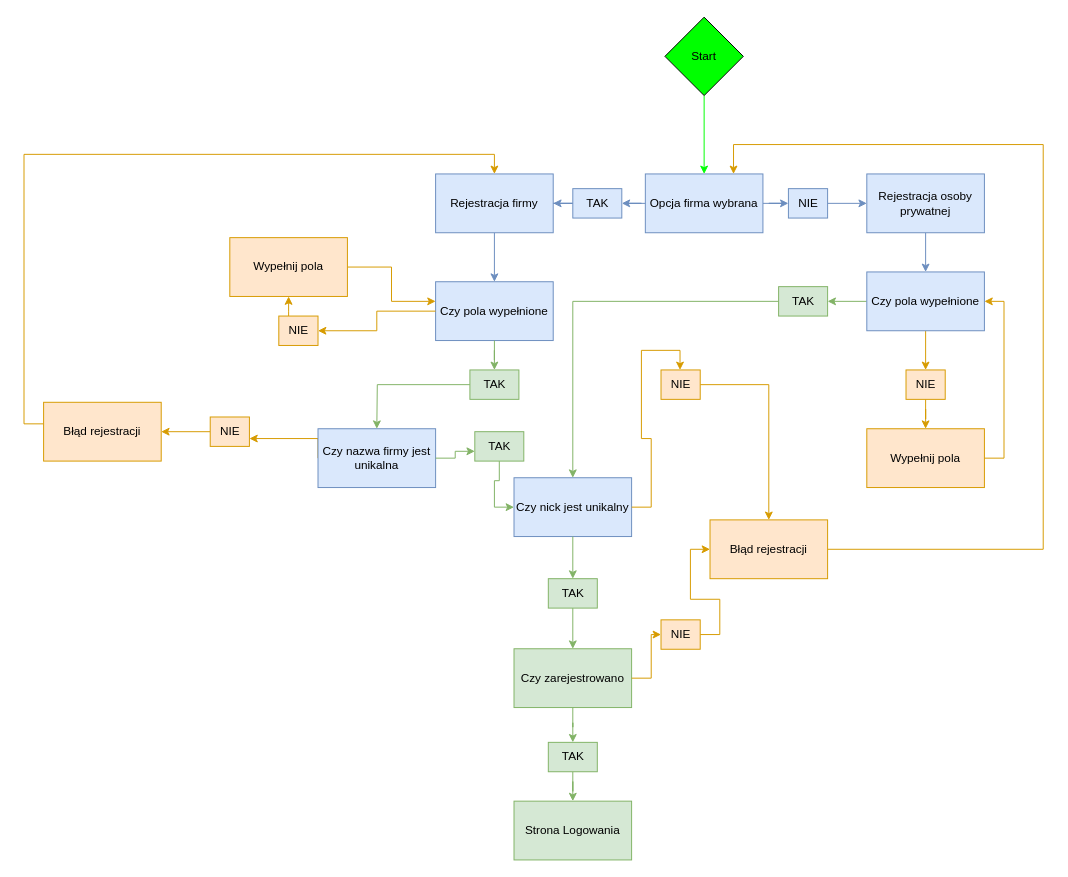
The draw.io diagram Schemat rejestracji.drawio in mostekd/secur-it, before the edit. Source tidied: cells renumbered, new cells numbered last; positions are measured from the earlier drawing's top-left corner, leaving out a move shared by most shapes. Both pictures are drawn from the tidied source at 98%, with x=0, y=0 at pixel (24, 17).
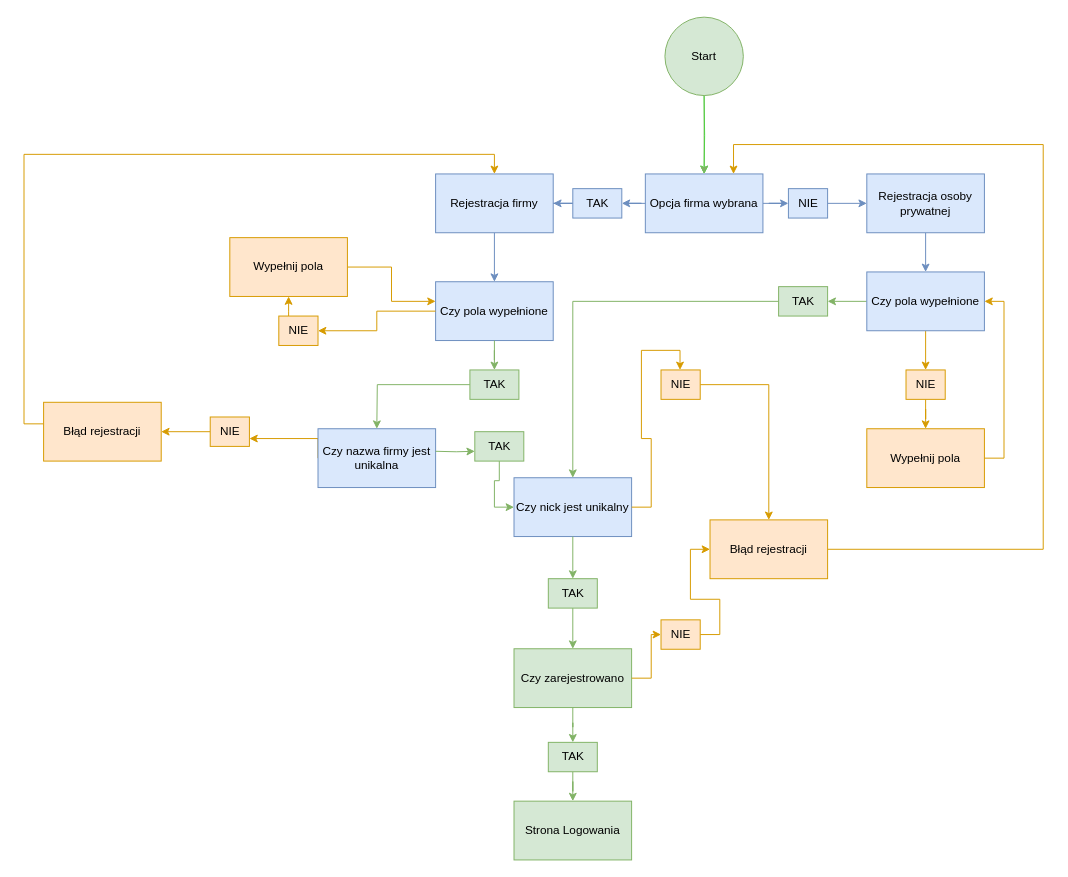
Above is the later version.

Unchanged cells that the change refers to:
```xml
<mxCell id="7" value="Opcja firma wybrana" style="rounded=0;whiteSpace=wrap;html=1;fillColor=#dae8fc;strokeColor=#6c8ebf;" parent="1" vertex="1">
  <mxGeometry x="634" y="160" width="120" height="60" as="geometry" />
</mxCell>
<mxCell id="45" value="Czy nazwa firmy jest unikalna" style="whiteSpace=wrap;html=1;rounded=0;fillColor=#dae8fc;strokeColor=#6c8ebf;" parent="1" vertex="1">
  <mxGeometry x="300" y="420" width="120" height="60" as="geometry" />
</mxCell>
<mxCell id="48" value="TAK" style="text;html=1;align=center;verticalAlign=middle;points=[];strokeColor=#82b366;fillColor=#d5e8d4;" parent="1" vertex="1">
  <mxGeometry x="460" y="423" width="50" height="30" as="geometry" />
</mxCell>
```

What changed in the source:
```diff
@@
-    <mxCell id="2" style="edgeStyle=orthogonalEdgeStyle;rounded=0;jettySize=auto;html=1;fillColor=#d5e8d4;strokeColor=#00ff04;" parent="1" edge="1" source="3" target="7">
-      <mxGeometry relative="1" as="geometry" />
+    <mxCell id="2" style="edgeStyle=orthogonalEdgeStyle;rounded=0;jettySize=auto;html=1;fillColor=#d5e8d4;strokeColor=#00ff04;" parent="1" edge="1" target="7">
+      <mxGeometry relative="1" as="geometry">
+        <mxPoint x="694" y="80" as="sourcePoint" />
+      </mxGeometry>
     </mxCell>
-    <mxCell id="3" value="Start" style="rhombus;whiteSpace=wrap;html=1;gradientColor=none;fillStyle=solid;fillColor=#00ff00;" parent="1" vertex="1">
-      <mxGeometry x="654" width="80" height="80" as="geometry" />
-    </mxCell>
@@
-    <mxCell id="47" style="edgeStyle=orthogonalEdgeStyle;rounded=0;jettySize=auto;html=1;entryX=0;entryY=0.667;entryDx=0;entryDy=0;entryPerimeter=0;fillColor=#d5e8d4;strokeColor=#82b366;" parent="1" edge="1" source="45" target="48">
-      <mxGeometry relative="1" as="geometry" />
+    <mxCell id="47" style="edgeStyle=orthogonalEdgeStyle;rounded=0;jettySize=auto;html=1;entryX=0;entryY=0.667;entryDx=0;entryDy=0;entryPerimeter=0;fillColor=#d5e8d4;strokeColor=#82b366;" parent="1" edge="1" target="48">
+      <mxGeometry relative="1" as="geometry">
+        <mxPoint x="420" y="443" as="sourcePoint" />
+      </mxGeometry>
     </mxCell>
@@
+    <mxCell id="59" style="edgeStyle=orthogonalEdgeStyle;rounded=0;jettySize=auto;html=1;fillColor=#d5e8d4;strokeColor=#82b366;" parent="1" edge="1" source="3" target="7">
+      <mxGeometry relative="1" as="geometry" />
+    </mxCell>
+    <mxCell id="3" value="Start" style="ellipse;whiteSpace=wrap;html=1;fillColor=#d5e8d4;strokeColor=#82b366;" parent="1" vertex="1">
+      <mxGeometry x="654" width="80" height="80" as="geometry" />
+    </mxCell>
```
